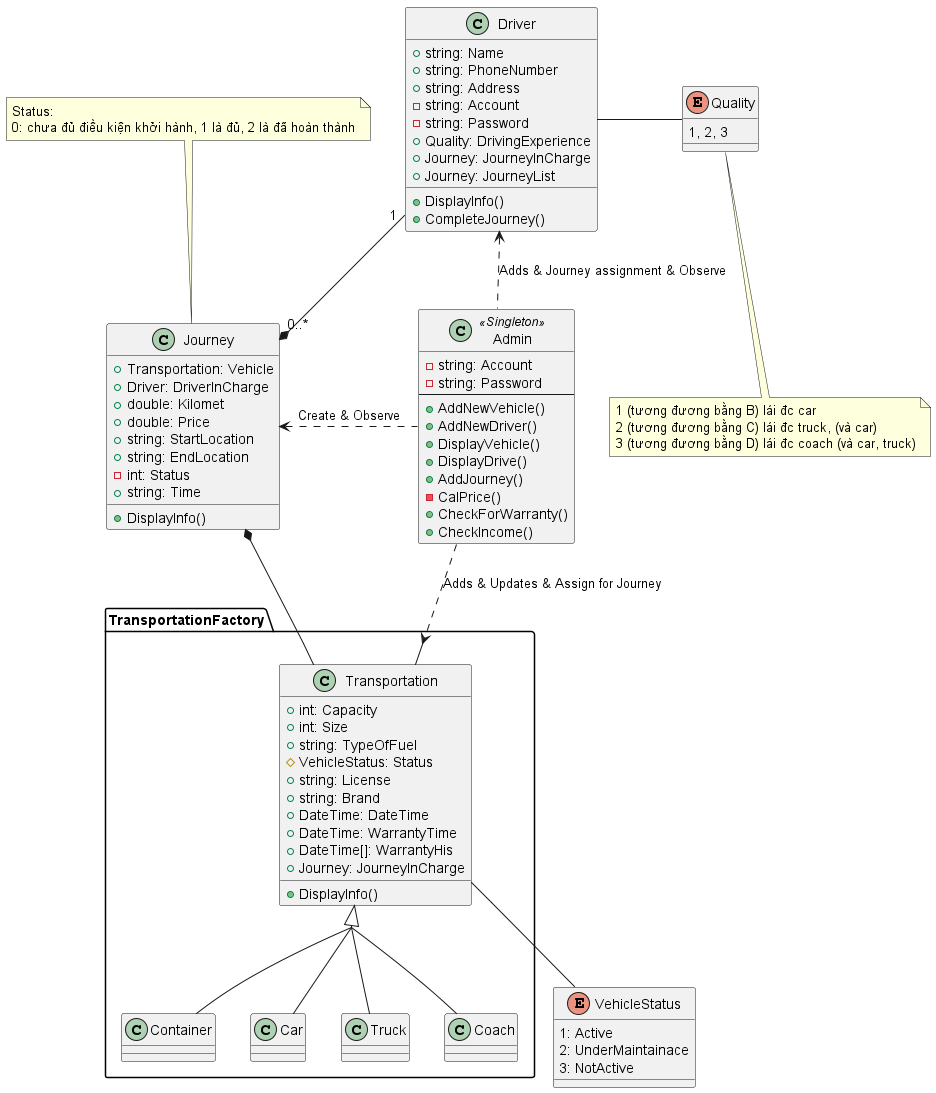
Above: out/Diagram/BTL-LTNC/quan_ly_xe.png in SirGreen/BTL-LTNC (PlantUML), before the change.
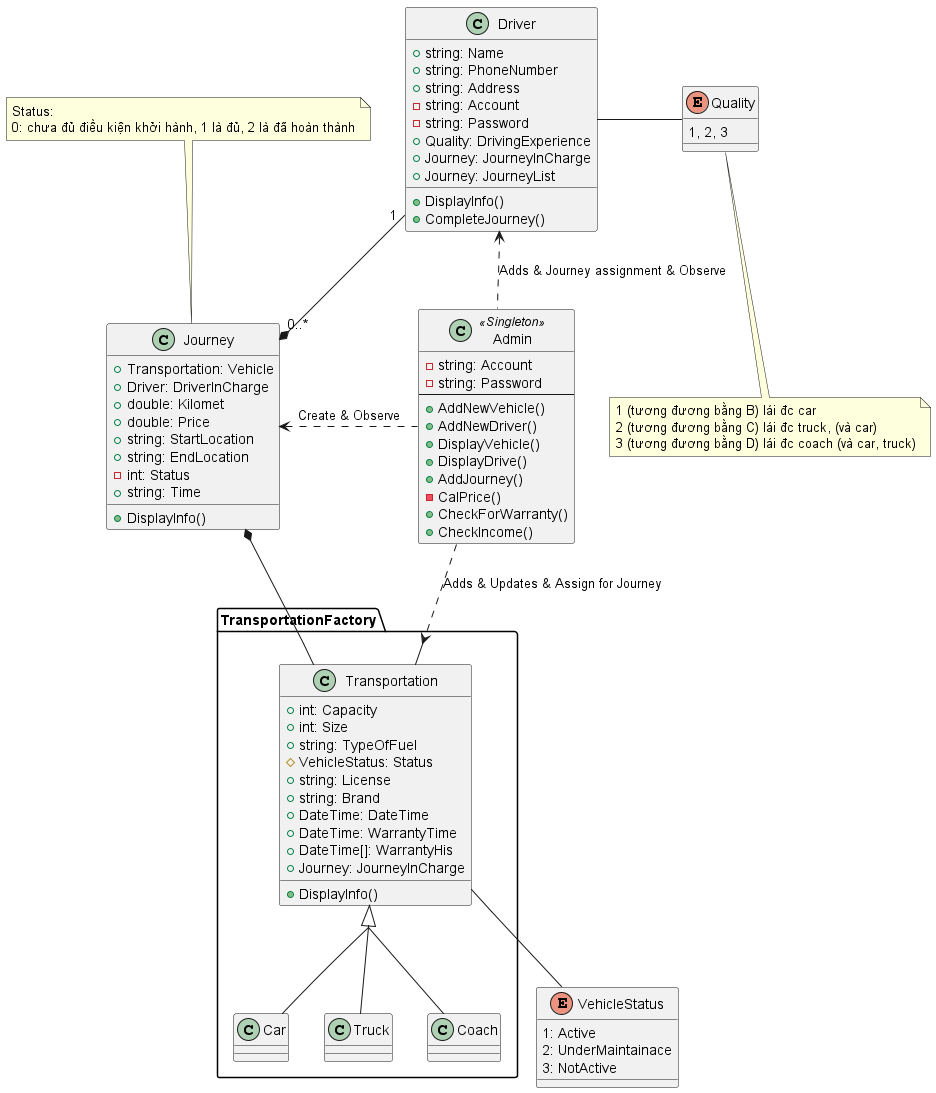
After the commit.

Change to the diagram source:
```diff
@@ -15,9 +15,6 @@
         + DateTime[]: WarrantyHis
         + Journey: JourneyInCharge
         + DisplayInfo()
-    }
-
-    class Container{
     }
 
     class Car{
@@ -92,7 +89,6 @@
 Transportation <|-- Truck
 Transportation <|-- Car
 Transportation <|-- Coach
-Transportation <|-- Container
 Driver -right- Quality
 Driver "1"-down-* "0..*"Journey
 VehicleStatus -up- Transportation
```
